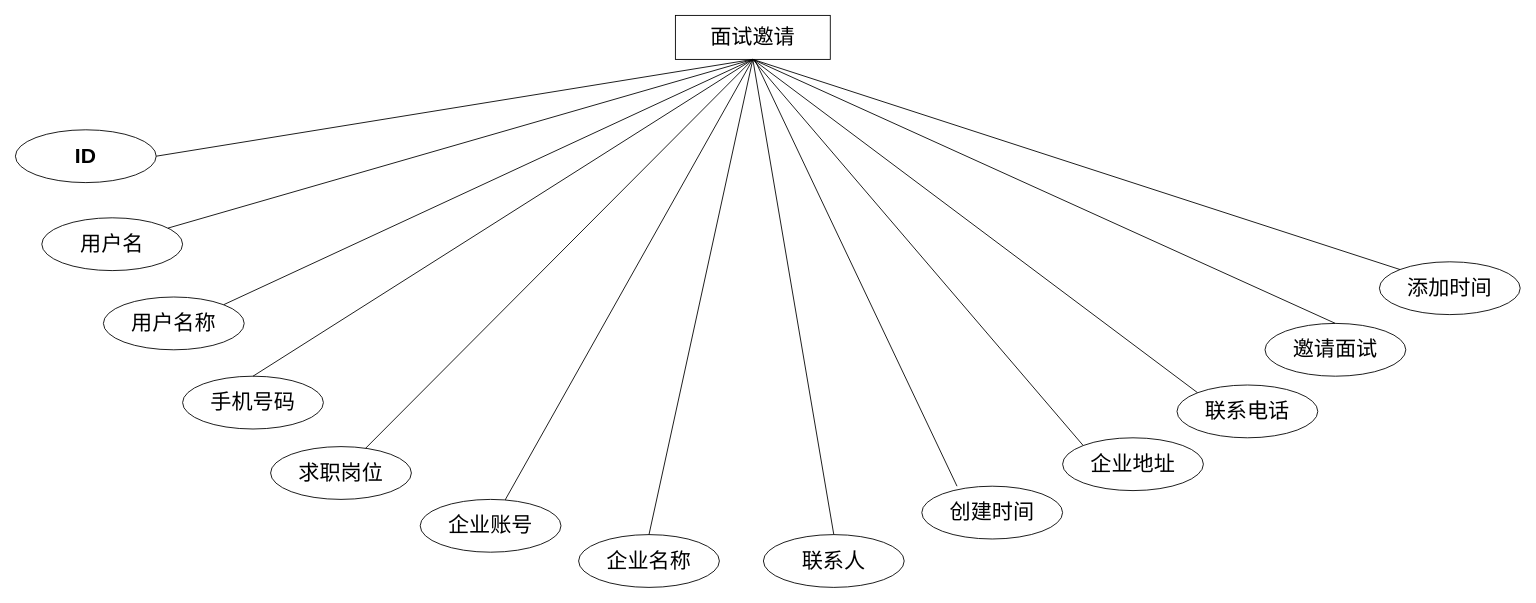
This is page "第 13 页" (13 of 16) of 未命名绘图.drawio from sangqiwei/sangqiwei, a draw.io file, before an edit. Source tidied: cells renumbered, new cells numbered last; positions are measured from the earlier drawing's top-left corner, leaving out a move shared by most shapes. Both pictures are drawn from the tidied source at 88%, with x=0, y=0 at pixel (15, 15).
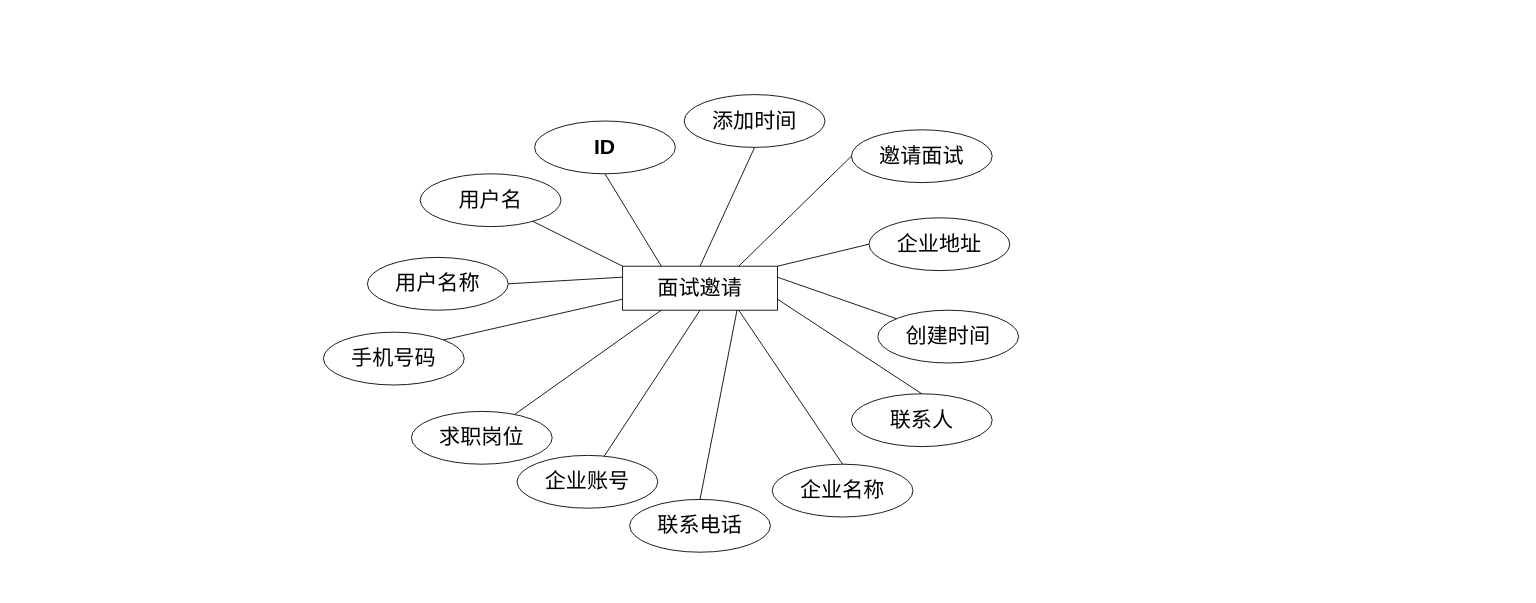
The same page after the edit.

What changed in the source:
```diff
@@
     <mxCell id="2" value="&lt;span style=&quot;font-size: 24px;&quot;&gt;面试邀请&lt;/span&gt;" style="whiteSpace=wrap;html=1;align=center;" parent="1" vertex="1">
-      <mxGeometry x="750" width="176" height="50" as="geometry" />
+      <mxGeometry x="690" y="285" width="176" height="50" as="geometry" />
     </mxCell>
     <mxCell id="3" value="&lt;font style=&quot;font-size: 24px;&quot;&gt;ID&lt;/font&gt;" style="ellipse;whiteSpace=wrap;html=1;align=center;fontStyle=1;" parent="1" vertex="1">
-      <mxGeometry y="130" width="160" height="60" as="geometry" />
+      <mxGeometry x="590" y="120" width="160" height="60" as="geometry" />
     </mxCell>
     <mxCell id="4" value="&lt;font style=&quot;font-size: 24px;&quot;&gt;用户名&lt;/font&gt;" style="ellipse;whiteSpace=wrap;html=1;align=center;" parent="1" vertex="1">
-      <mxGeometry x="30" y="230" width="160" height="60" as="geometry" />
+      <mxGeometry x="460" y="180" width="160" height="60" as="geometry" />
     </mxCell>
     <mxCell id="5" value="&lt;font style=&quot;font-size: 24px;&quot;&gt;手机号码&lt;/font&gt;" style="ellipse;whiteSpace=wrap;html=1;align=center;" parent="1" vertex="1">
-      <mxGeometry x="190" y="410" width="160" height="60" as="geometry" />
+      <mxGeometry x="350" y="360" width="160" height="60" as="geometry" />
     </mxCell>
     <mxCell id="6" value="&lt;font style=&quot;font-size: 24px;&quot;&gt;求职岗位&lt;/font&gt;" style="ellipse;whiteSpace=wrap;html=1;align=center;" parent="1" vertex="1">
-      <mxGeometry x="290" y="490" width="160" height="60" as="geometry" />
+      <mxGeometry x="450" y="450" width="160" height="60" as="geometry" />
     </mxCell>
-    <mxCell id="7" style="endArrow=none;html=1;rounded=0;exitX=1;exitY=0.5;exitDx=0;exitDy=0;entryX=0.5;entryY=1;entryDx=0;entryDy=0;" parent="1" edge="1" source="3" target="2">
+    <mxCell id="7" style="endArrow=none;html=1;rounded=0;exitX=0.5;exitY=1;exitDx=0;exitDy=0;entryX=0.25;entryY=0;entryDx=0;entryDy=0;" parent="1" edge="1" source="3" target="2">
       <mxGeometry relative="1" as="geometry" />
     </mxCell>
-    <mxCell id="8" style="endArrow=none;html=1;rounded=0;entryX=0.5;entryY=1;entryDx=0;entryDy=0;" parent="1" edge="1" source="4" target="2">
+    <mxCell id="8" style="endArrow=none;html=1;rounded=0;entryX=0;entryY=0;entryDx=0;entryDy=0;" parent="1" edge="1" source="4" target="2">
       <mxGeometry relative="1" as="geometry" />
     </mxCell>
-    <mxCell id="9" style="endArrow=none;html=1;rounded=0;exitX=0.5;exitY=0;exitDx=0;exitDy=0;entryX=0.5;entryY=1;entryDx=0;entryDy=0;" parent="1" edge="1" source="5" target="2">
+    <mxCell id="9" style="endArrow=none;html=1;rounded=0;exitX=1;exitY=0;exitDx=0;exitDy=0;entryX=0;entryY=0.75;entryDx=0;entryDy=0;" parent="1" edge="1" source="5" target="2">
       <mxGeometry relative="1" as="geometry" />
     </mxCell>
-    <mxCell id="10" style="endArrow=none;html=1;rounded=0;entryX=0.5;entryY=1;entryDx=0;entryDy=0;" parent="1" edge="1" source="6" target="2">
+    <mxCell id="10" style="endArrow=none;html=1;rounded=0;entryX=0.25;entryY=1;entryDx=0;entryDy=0;" parent="1" edge="1" source="6" target="2">
       <mxGeometry relative="1" as="geometry" />
     </mxCell>
     <mxCell id="11" value="&lt;font style=&quot;font-size: 24px;&quot;&gt;添加时间&lt;/font&gt;" style="ellipse;whiteSpace=wrap;html=1;align=center;" parent="1" vertex="1">
-      <mxGeometry x="1550" y="280" width="160" height="60" as="geometry" />
+      <mxGeometry x="760" y="90" width="160" height="60" as="geometry" />
     </mxCell>
-    <mxCell id="12" style="endArrow=none;html=1;rounded=0;entryX=0.5;entryY=1;entryDx=0;entryDy=0;exitX=0;exitY=0;exitDx=0;exitDy=0;" parent="1" edge="1" source="11" target="2">
+    <mxCell id="12" style="endArrow=none;html=1;rounded=0;exitX=0.5;exitY=1;exitDx=0;exitDy=0;entryX=0.5;entryY=0;entryDx=0;entryDy=0;" parent="1" edge="1" source="11" target="2">
       <mxGeometry relative="1" as="geometry" />
     </mxCell>
     <mxCell id="13" value="&lt;font style=&quot;font-size: 24px;&quot;&gt;用户名称&lt;/font&gt;" style="ellipse;whiteSpace=wrap;html=1;align=center;" parent="1" vertex="1">
-      <mxGeometry x="100" y="320" width="160" height="60" as="geometry" />
+      <mxGeometry x="400" y="275" width="160" height="60" as="geometry" />
     </mxCell>
-    <mxCell id="14" style="endArrow=none;html=1;rounded=0;exitX=1;exitY=0;exitDx=0;exitDy=0;entryX=0.5;entryY=1;entryDx=0;entryDy=0;" parent="1" edge="1" source="13" target="2">
+    <mxCell id="14" style="endArrow=none;html=1;rounded=0;exitX=1;exitY=0.5;exitDx=0;exitDy=0;entryX=0;entryY=0.25;entryDx=0;entryDy=0;" parent="1" edge="1" source="13" target="2">
       <mxGeometry relative="1" as="geometry" />
     </mxCell>
     <mxCell id="15" value="&lt;span style=&quot;font-size: 24px;&quot;&gt;企业账号&lt;/span&gt;" style="ellipse;whiteSpace=wrap;html=1;align=center;" parent="1" vertex="1">
-      <mxGeometry x="460" y="550" width="160" height="60" as="geometry" />
+      <mxGeometry x="570" y="500" width="160" height="60" as="geometry" />
     </mxCell>
     <mxCell id="16" value="&lt;span style=&quot;font-size: 24px;&quot;&gt;邀请面试&lt;/span&gt;" style="ellipse;whiteSpace=wrap;html=1;align=center;" parent="1" vertex="1">
-      <mxGeometry x="1420" y="350" width="160" height="60" as="geometry" />
+      <mxGeometry x="950" y="130" width="160" height="60" as="geometry" />
     </mxCell>
@@
     <mxCell id="18" value="&lt;span style=&quot;font-size: 24px;&quot;&gt;联系人&lt;/span&gt;" style="ellipse;whiteSpace=wrap;html=1;align=center;" parent="1" vertex="1">
-      <mxGeometry x="850" y="590" width="160" height="60" as="geometry" />
+      <mxGeometry x="950" y="430" width="160" height="60" as="geometry" />
     </mxCell>
     <mxCell id="19" value="&lt;span style=&quot;font-size: 24px;&quot;&gt;创建时间&lt;/span&gt;" style="ellipse;whiteSpace=wrap;html=1;align=center;" parent="1" vertex="1">
-      <mxGeometry x="1030" y="535" width="160" height="60" as="geometry" />
+      <mxGeometry x="980" y="335" width="160" height="60" as="geometry" />
     </mxCell>
-    <mxCell id="20" style="endArrow=none;html=1;rounded=0;exitX=0.25;exitY=0;exitDx=0;exitDy=0;exitPerimeter=0;" parent="1" edge="1" source="19">
-      <mxGeometry relative="1" as="geometry">
-        <mxPoint x="840" y="50" as="targetPoint" />
-      </mxGeometry>
+    <mxCell id="20" style="endArrow=none;html=1;rounded=0;entryX=1;entryY=0.25;entryDx=0;entryDy=0;" parent="1" edge="1" source="19" target="2">
+      <mxGeometry relative="1" as="geometry" />
     </mxCell>
-    <mxCell id="21" style="endArrow=none;html=1;rounded=0;exitX=0.5;exitY=0;exitDx=0;exitDy=0;entryX=0.5;entryY=1;entryDx=0;entryDy=0;" parent="1" edge="1" source="18" target="2">
+    <mxCell id="21" style="endArrow=none;html=1;rounded=0;exitX=0.5;exitY=0;exitDx=0;exitDy=0;entryX=1;entryY=0.75;entryDx=0;entryDy=0;" parent="1" edge="1" source="18" target="2">
       <mxGeometry relative="1" as="geometry" />
     </mxCell>
     <mxCell id="22" value="&lt;span style=&quot;font-size: 24px;&quot;&gt;企业名称&lt;/span&gt;" style="ellipse;whiteSpace=wrap;html=1;align=center;" parent="1" vertex="1">
-      <mxGeometry x="640" y="590" width="160" height="60" as="geometry" />
+      <mxGeometry x="860" y="510" width="160" height="60" as="geometry" />
     </mxCell>
-    <mxCell id="23" style="endArrow=none;html=1;rounded=0;entryX=0.5;entryY=1;entryDx=0;entryDy=0;exitX=0.5;exitY=0;exitDx=0;exitDy=0;" parent="1" edge="1" source="22" target="2">
+    <mxCell id="23" style="endArrow=none;html=1;rounded=0;exitX=0.5;exitY=0;exitDx=0;exitDy=0;entryX=0.75;entryY=1;entryDx=0;entryDy=0;" parent="1" edge="1" source="22" target="2">
       <mxGeometry relative="1" as="geometry" />
     </mxCell>
     <mxCell id="24" value="&lt;span style=&quot;font-size: 24px;&quot;&gt;联系电话&lt;/span&gt;" style="ellipse;whiteSpace=wrap;html=1;align=center;" parent="1" vertex="1">
-      <mxGeometry x="1320" y="420" width="160" height="60" as="geometry" />
+      <mxGeometry x="698" y="550" width="160" height="60" as="geometry" />
     </mxCell>
     <mxCell id="25" value="&lt;span style=&quot;font-size: 24px;&quot;&gt;企业地址&lt;/span&gt;" style="ellipse;whiteSpace=wrap;html=1;align=center;" parent="1" vertex="1">
-      <mxGeometry x="1190" y="480" width="160" height="60" as="geometry" />
+      <mxGeometry x="970" y="230" width="160" height="60" as="geometry" />
     </mxCell>
-    <mxCell id="26" style="endArrow=none;html=1;rounded=0;exitX=0.5;exitY=0;exitDx=0;exitDy=0;entryX=0.5;entryY=1;entryDx=0;entryDy=0;" parent="1" edge="1" source="16">
-      <mxGeometry relative="1" as="geometry">
-        <mxPoint x="838" y="50" as="targetPoint" />
-      </mxGeometry>
+    <mxCell id="26" style="endArrow=none;html=1;rounded=0;exitX=0;exitY=0.5;exitDx=0;exitDy=0;entryX=0.75;entryY=0;entryDx=0;entryDy=0;" parent="1" edge="1" source="16" target="2">
+      <mxGeometry relative="1" as="geometry" />
     </mxCell>
-    <mxCell id="27" style="endArrow=none;html=1;rounded=0;exitX=0;exitY=0;exitDx=0;exitDy=0;entryX=0.5;entryY=1;entryDx=0;entryDy=0;" parent="1" edge="1" source="24" target="2">
-      <mxGeometry relative="1" as="geometry" />
+    <mxCell id="27" style="endArrow=none;html=1;rounded=0;exitX=0.5;exitY=0;exitDx=0;exitDy=0;" parent="1" edge="1" source="24">
+      <mxGeometry relative="1" as="geometry">
+        <mxPoint x="820" y="335" as="targetPoint" />
+      </mxGeometry>
     </mxCell>
-    <mxCell id="28" style="endArrow=none;html=1;rounded=0;exitX=0;exitY=0;exitDx=0;exitDy=0;entryX=0.5;entryY=1;entryDx=0;entryDy=0;" parent="1" edge="1" source="25" target="2">
+    <mxCell id="28" style="endArrow=none;html=1;rounded=0;exitX=0;exitY=0.5;exitDx=0;exitDy=0;entryX=1;entryY=0;entryDx=0;entryDy=0;" parent="1" edge="1" source="25" target="2">
       <mxGeometry relative="1" as="geometry" />
     </mxCell>
```
